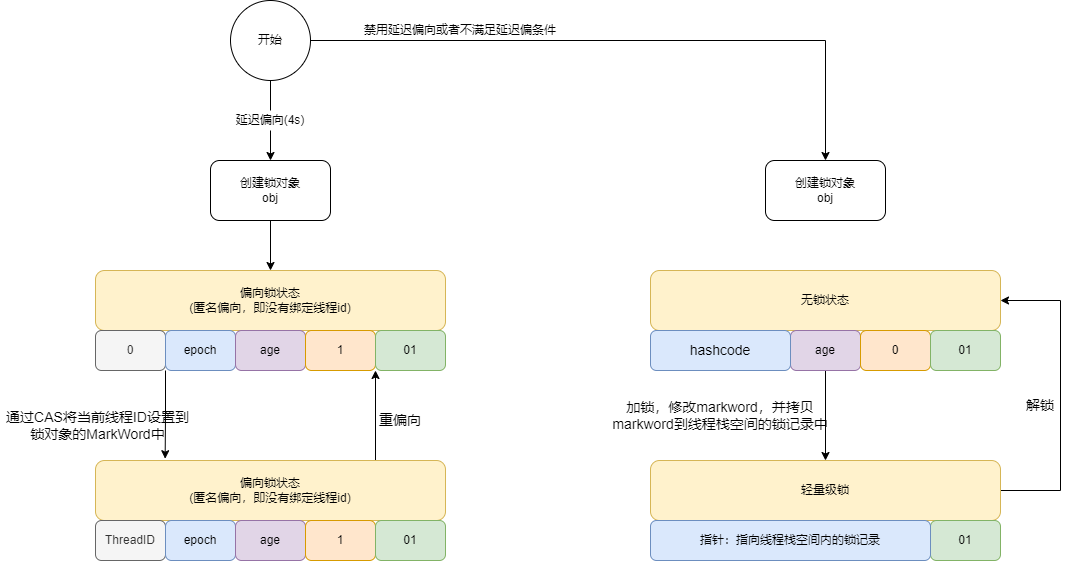
This is 多线程与高并发/synchronized.png from LePeitiPrince/note-picture, a draw.io export, as it was before one commit. Source tidied: cells renumbered, new cells last; positions are measured from the earlier drawing's top-left corner, leaving out a move shared by most shapes.
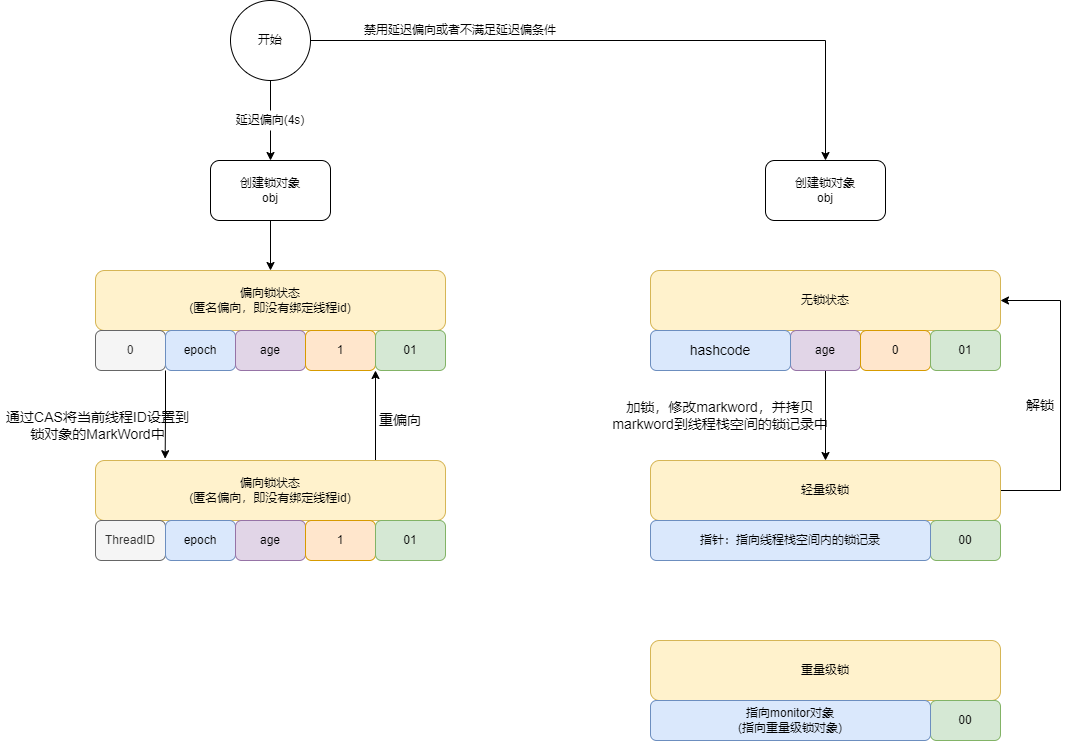
Later version of the same file.

What changed in the source:
```diff
@@ -108,7 +108,7 @@
     <mxCell id="34" value="轻量级锁" style="rounded=1;whiteSpace=wrap;html=1;fillColor=#fff2cc;strokeColor=#d6b656;" parent="1" vertex="1">
       <mxGeometry x="650" y="460" width="350" height="60" as="geometry" />
     </mxCell>
-    <mxCell id="35" value="01" style="rounded=1;whiteSpace=wrap;html=1;fillColor=#d5e8d4;strokeColor=#82b366;" parent="1" vertex="1">
+    <mxCell id="35" value="00" style="rounded=1;whiteSpace=wrap;html=1;fillColor=#d5e8d4;strokeColor=#82b366;" parent="1" vertex="1">
       <mxGeometry x="930" y="520" width="70" height="40" as="geometry" />
     </mxCell>
     <mxCell id="36" value="指针：指向线程栈空间内的锁记录" style="rounded=1;whiteSpace=wrap;html=1;fillColor=#dae8fc;strokeColor=#6c8ebf;" parent="1" vertex="1">
@@ -120,5 +120,14 @@
     <mxCell id="38" value="解锁" style="text;html=1;strokeColor=none;fillColor=none;align=center;verticalAlign=middle;whiteSpace=wrap;rounded=0;fontSize=14;" parent="1" vertex="1">
       <mxGeometry x="1010" y="390" width="60" height="30" as="geometry" />
     </mxCell>
+    <mxCell id="39" value="重量级锁" style="rounded=1;whiteSpace=wrap;html=1;fillColor=#fff2cc;strokeColor=#d6b656;" parent="1" vertex="1">
+      <mxGeometry x="650" y="640" width="350" height="60" as="geometry" />
+    </mxCell>
+    <mxCell id="40" value="00" style="rounded=1;whiteSpace=wrap;html=1;fillColor=#d5e8d4;strokeColor=#82b366;" parent="1" vertex="1">
+      <mxGeometry x="930" y="700" width="70" height="40" as="geometry" />
+    </mxCell>
+    <mxCell id="41" value="指向monitor对象&lt;br&gt;(指向重量级锁对象)" style="rounded=1;whiteSpace=wrap;html=1;fillColor=#dae8fc;strokeColor=#6c8ebf;" parent="1" vertex="1">
+      <mxGeometry x="650" y="700" width="280" height="40" as="geometry" />
+    </mxCell>
   </root>
 </mxGraphModel>
```
